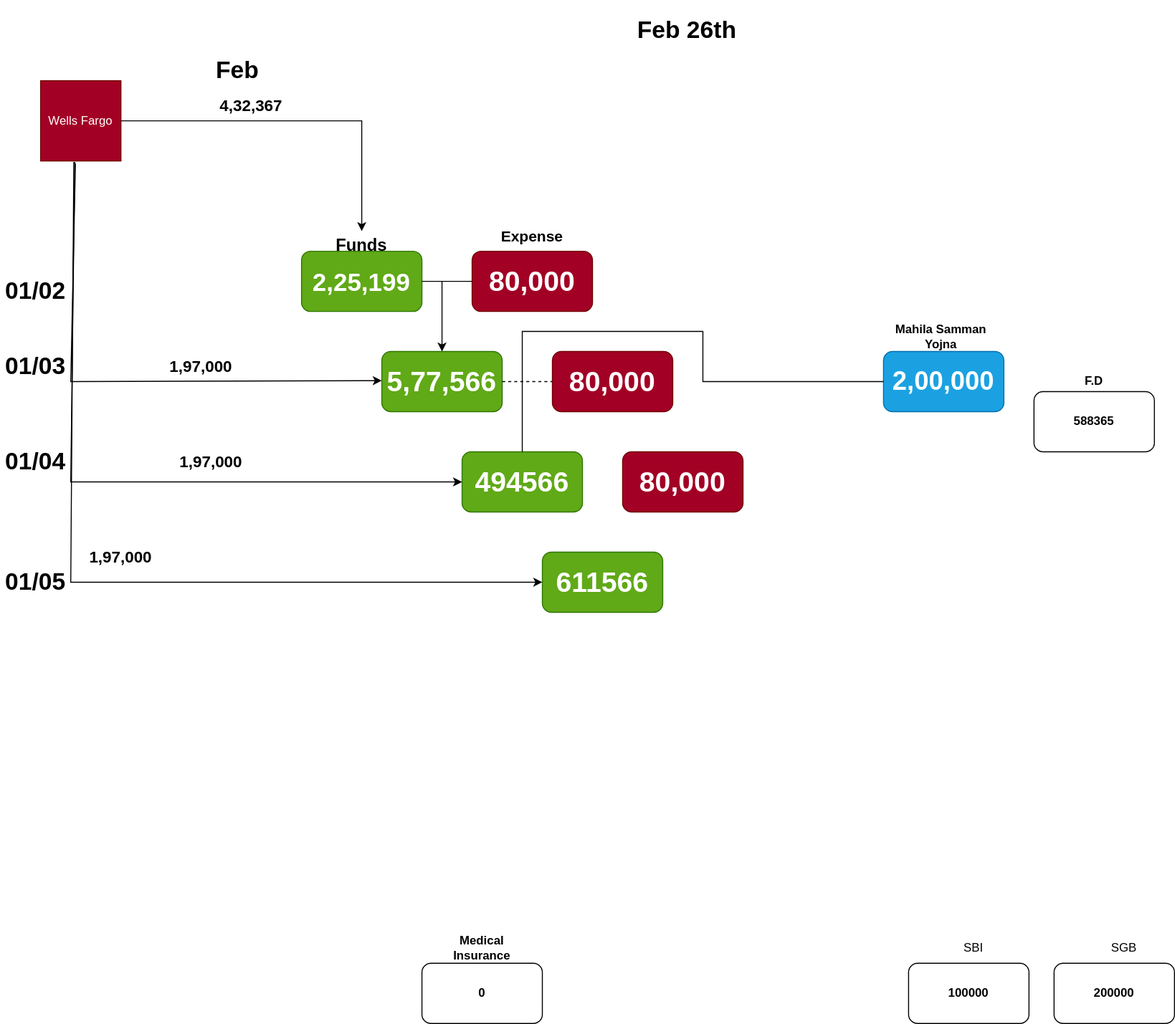
Earlier version of the draw.io export Investments.drawio.svg (uchiharizvi/design-diagrams). Source tidied: cells renumbered, new cells last; positions are measured from the earlier drawing's top-left corner, leaving out a move shared by most shapes.
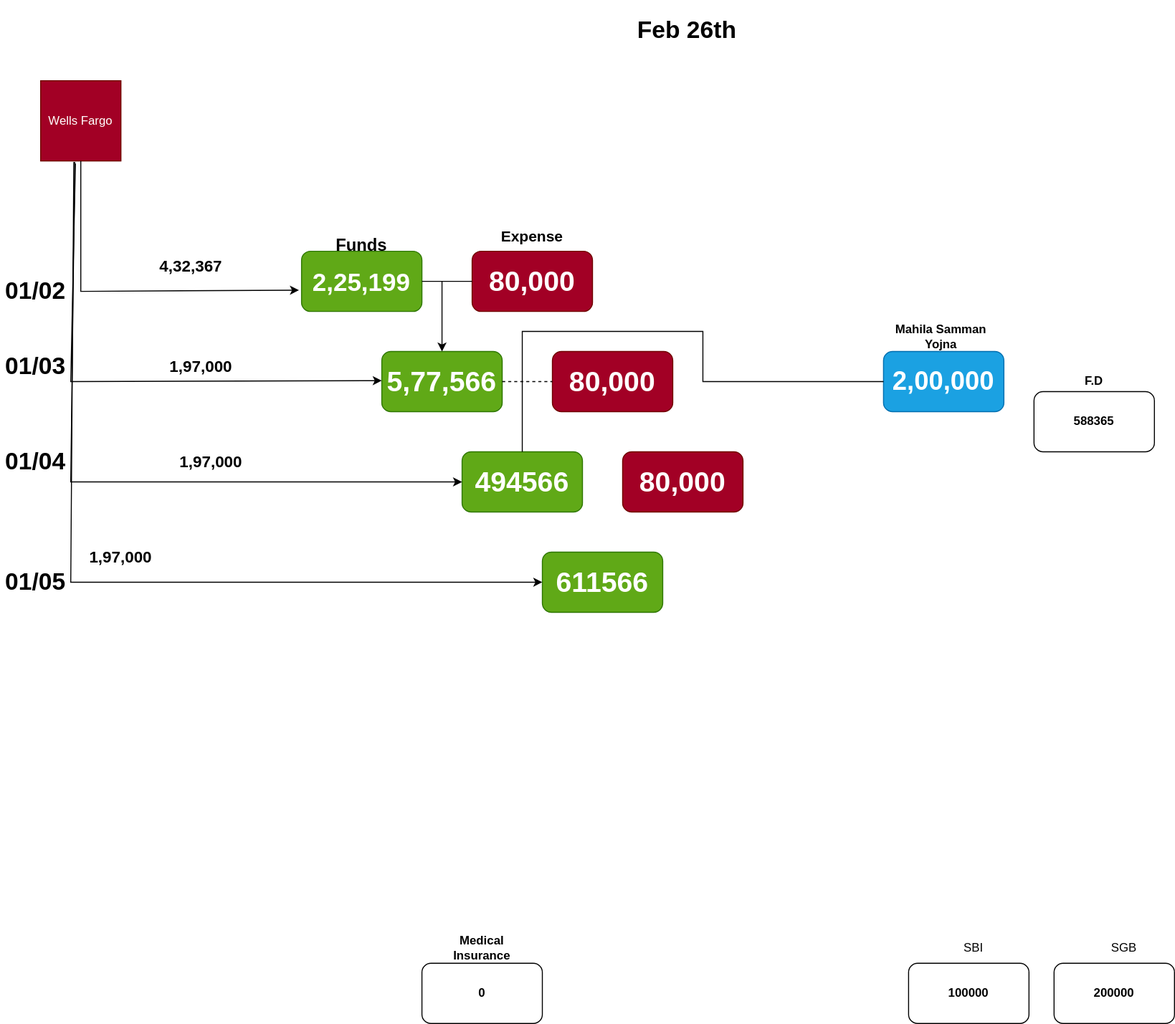
Above is the later version.

The edit, as a diff of the source:
```diff
@@ -32,16 +32,13 @@
     <mxCell id="11" value="Wells Fargo" style="whiteSpace=wrap;html=1;fillColor=#a20025;fontColor=#ffffff;strokeColor=#6F0000;" parent="1" vertex="1">
       <mxGeometry x="40" y="70" width="80" height="80" as="geometry" />
     </mxCell>
-    <mxCell id="12" style="endArrow=classic;html=1;rounded=0;exitX=1;exitY=0.5;exitDx=0;exitDy=0;entryX=0.5;entryY=0;entryDx=0;entryDy=0;" parent="1" edge="1" source="11" target="7">
+    <mxCell id="12" style="endArrow=classic;html=1;rounded=0;exitX=0.5;exitY=1;exitDx=0;exitDy=0;entryX=-0.021;entryY=0.647;entryDx=0;entryDy=0;entryPerimeter=0;" parent="1" edge="1" source="11" target="2">
       <mxGeometry relative="1" as="geometry">
         <Array as="points">
-          <mxPoint x="360" y="110" />
+          <mxPoint x="80" y="280" />
         </Array>
       </mxGeometry>
     </mxCell>
-    <mxCell id="13" value="&lt;font style=&quot;font-size: 16px;&quot;&gt;4,32,367&lt;/font&gt;" style="text;html=1;align=center;verticalAlign=middle;whiteSpace=wrap;rounded=0;fontStyle=1;" parent="1" vertex="1">
-      <mxGeometry x="220" y="80" width="60" height="30" as="geometry" />
-    </mxCell>
     <mxCell id="14" value="100000" style="rounded=1;whiteSpace=wrap;html=1;fontStyle=1;" parent="1" vertex="1">
       <mxGeometry x="905" y="950" width="120" height="60" as="geometry" />
     </mxCell>
@@ -69,9 +66,6 @@
     <mxCell id="22" value="&lt;h1&gt;01/03&lt;/h1&gt;" style="text;html=1;spacing=5;spacingTop=-20;whiteSpace=wrap;overflow=hidden;rounded=0;" parent="1" vertex="1">
       <mxGeometry y="335" width="70" height="40" as="geometry" />
     </mxCell>
-    <mxCell id="23" value="&lt;h1&gt;Feb&lt;/h1&gt;" style="text;html=1;spacing=5;spacingTop=-20;whiteSpace=wrap;overflow=hidden;rounded=0;" parent="1" vertex="1">
-      <mxGeometry x="210" y="40" width="190" height="40" as="geometry" />
-    </mxCell>
     <mxCell id="24" value="&lt;h1&gt;01/02&lt;/h1&gt;" style="text;html=1;spacing=5;spacingTop=-20;whiteSpace=wrap;overflow=hidden;rounded=0;" parent="1" vertex="1">
       <mxGeometry y="260" width="70" height="40" as="geometry" />
     </mxCell>
@@ -148,5 +142,8 @@
     <mxCell id="40" value="&lt;font style=&quot;font-size: 16px;&quot;&gt;1,97,000&lt;/font&gt;" style="text;html=1;align=center;verticalAlign=middle;whiteSpace=wrap;rounded=0;fontStyle=1;" parent="1" vertex="1">
       <mxGeometry x="90" y="530" width="60" height="30" as="geometry" />
     </mxCell>
+    <mxCell id="13" value="&lt;font style=&quot;font-size: 16px;&quot;&gt;4,32,367&lt;/font&gt;" style="text;html=1;align=center;verticalAlign=middle;whiteSpace=wrap;rounded=0;fontStyle=1;" parent="1" vertex="1">
+      <mxGeometry x="160" y="240" width="60" height="30" as="geometry" />
+    </mxCell>
   </root>
 </mxGraphModel>
```
